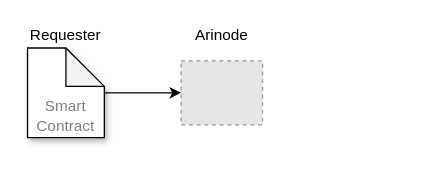
api3dao/old-api3-docs keeps this draw.io diagram as docs/airnode/next/assets/diagrams/requesters-sponsors-1.drawio. Above is the earlier version. Source tidied: cells renumbered, new cells numbered last; positions are measured from the earlier drawing's top-left corner, leaving out a move shared by most shapes. Both pictures are drawn from the tidied source at 128%, with x=0, y=0 at pixel (27, 22). Pictures stored in the file or linked from it are replaced by grey dashed boxes.
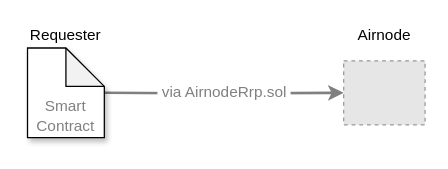
The same page after the edit.

The edit, as a diff of the source:
```diff
@@
 <mxGraphModel>
   <root>
     <mxCell id="0" />
     <mxCell id="1" parent="0" />
     <mxCell id="2" style="fillColor=#E6E6E6;strokeColor=#999999;dashed=1;verticalLabelPosition=bottom;verticalAlign=top;" parent="1" vertex="1">
-      <mxGeometry x="120" y="30" width="63.6" height="50" as="geometry" />
+      <mxGeometry x="247" y="30" width="63.6" height="50" as="geometry" />
     </mxCell>
-    <mxCell id="3" value="Arinode" style="text;html=1;strokeColor=none;fillColor=none;align=center;verticalAlign=middle;whiteSpace=wrap;rounded=0;" parent="1" vertex="1">
-      <mxGeometry x="131.8" width="40" height="20" as="geometry" />
+    <mxCell id="3" value="Airnode" style="text;html=1;strokeColor=none;fillColor=none;align=center;verticalAlign=middle;whiteSpace=wrap;rounded=0;" parent="1" vertex="1">
+      <mxGeometry x="258.8" width="40" height="20" as="geometry" />
     </mxCell>
-    <mxCell id="4" style="edgeStyle=orthogonalEdgeStyle;rounded=0;jettySize=auto;html=1;entryX=0;entryY=0.5;entryDx=0;entryDy=0;" parent="1" edge="1" source="5" target="2">
-      <mxGeometry relative="1" as="geometry" />
+    <mxCell id="4" value="&lt;font style=&quot;font-size: 12px&quot; color=&quot;#808080&quot;&gt;&amp;nbsp;via AirnodeRrp.sol&amp;nbsp;&lt;/font&gt;" style="edgeStyle=orthogonalEdgeStyle;rounded=0;jettySize=auto;html=1;entryX=0;entryY=0.5;entryDx=0;entryDy=0;align=left;fontSize=11;strokeWidth=2;strokeColor=#808080;" parent="1" edge="1" target="2">
+      <mxGeometry x="-0.57" relative="1" as="geometry">
+        <mxPoint x="60" y="55" as="sourcePoint" />
+      </mxGeometry>
     </mxCell>
     <mxCell id="5" value="&lt;font color=&quot;#808080&quot;&gt;Smart Contract&lt;/font&gt;" style="shape=note;whiteSpace=wrap;html=1;backgroundOutline=1;darkOpacity=0.05;verticalAlign=bottom;shadow=1;" parent="1" vertex="1">
       <mxGeometry y="20" width="60" height="70" as="geometry" />
     </mxCell>
     <mxCell id="6" value="Requester" style="text;html=1;strokeColor=none;fillColor=none;align=center;verticalAlign=middle;whiteSpace=wrap;rounded=0;" parent="1" vertex="1">
       <mxGeometry x="10" width="40" height="20" as="geometry" />
     </mxCell>
   </root>
 </mxGraphModel>
```
